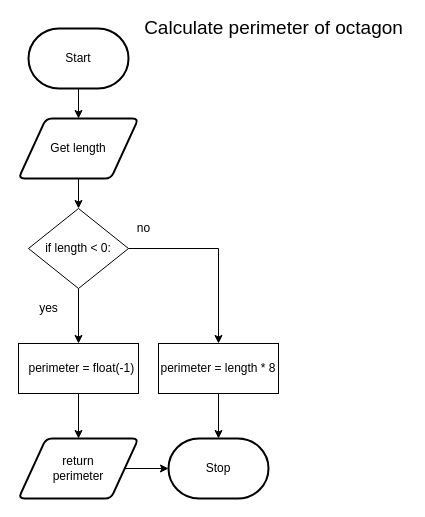
This is design/flowchart.drawio from Emmanuel-Fofeyin/ICS3U-assignment6-CPP, a draw.io file, before an edit. Source tidied: cells renumbered, new cells numbered last; positions are measured from the earlier drawing's top-left corner, leaving out a move shared by most shapes. Both pictures are drawn from the tidied source at 100%, with x=0, y=0 at pixel (18, 18).
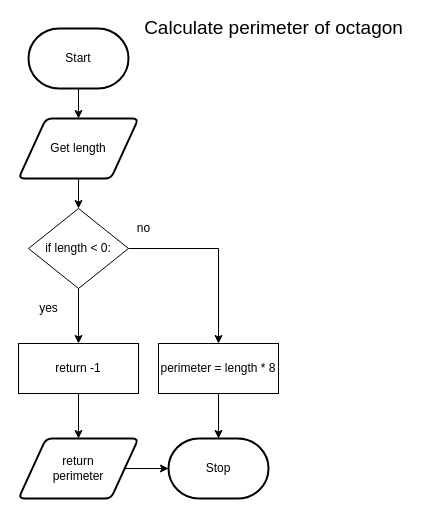
The same diagram, later.

What changed in the source:
```diff
@@
-    <mxCell id="5" value="&lt;div&gt;&amp;nbsp; perimeter = float(-1)&lt;/div&gt;" style="rounded=0;whiteSpace=wrap;html=1;" parent="1" vertex="1">
+    <mxCell id="5" value="return -1" style="rounded=0;whiteSpace=wrap;html=1;" parent="1" vertex="1">
       <mxGeometry y="325" width="120" height="50" as="geometry" />
     </mxCell>
```
